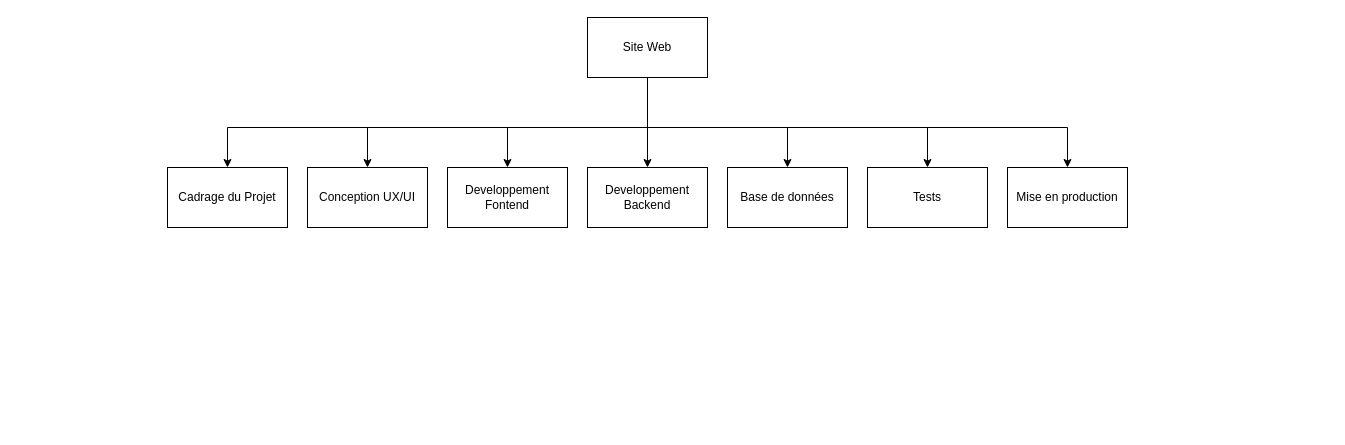
This is Diagramme sans nom.drawio from CodeNelFey/sonometre, a draw.io file, before an edit. Source tidied: cells renumbered, new cells numbered last; positions are measured from the earlier drawing's top-left corner, leaving out a move shared by most shapes. Both pictures are drawn from the tidied source at 100%, with x=0, y=0 at pixel (167, 17).
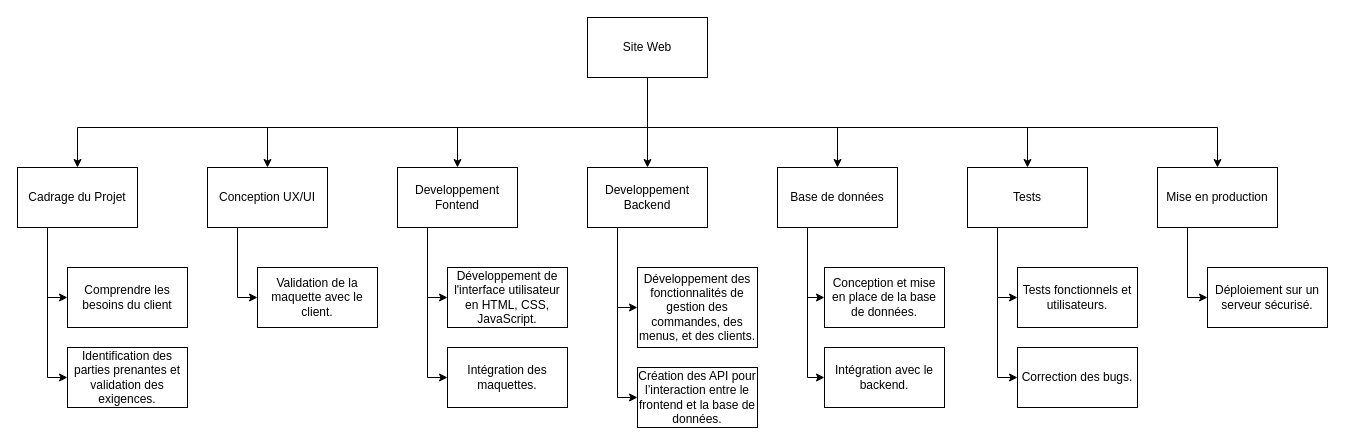
After the change.

Commit message (it also covers changes not shown here):
Mettre à jour Diagramme sans nom.drawio

The change refers to these unchanged cells:
```xml
<mxCell id="9" value="Site Web" style="rounded=0;whiteSpace=wrap;html=1;" parent="1" vertex="1">
  <mxGeometry x="420" width="120" height="60" as="geometry" />
</mxCell>
<mxCell id="13" value="Developpement Backend" style="rounded=0;whiteSpace=wrap;html=1;" parent="1" vertex="1">
  <mxGeometry x="420" y="150" width="120" height="60" as="geometry" />
</mxCell>
```

Diff of the diagram source:
```diff
@@
     <mxCell id="2" style="edgeStyle=orthogonalEdgeStyle;rounded=0;jettySize=auto;html=1;entryX=0.5;entryY=0;entryDx=0;entryDy=0;" parent="1" edge="1" source="9" target="10">
       <mxGeometry relative="1" as="geometry">
         <Array as="points">
           <mxPoint x="480" y="110" />
-          <mxPoint x="60" y="110" />
+          <mxPoint x="-90" y="110" />
         </Array>
       </mxGeometry>
     </mxCell>
     <mxCell id="3" style="edgeStyle=orthogonalEdgeStyle;rounded=0;jettySize=auto;html=1;exitX=0.5;exitY=1;exitDx=0;exitDy=0;entryX=0.5;entryY=0;entryDx=0;entryDy=0;" parent="1" edge="1" source="9" target="11">
       <mxGeometry relative="1" as="geometry">
         <Array as="points">
           <mxPoint x="480" y="110" />
-          <mxPoint x="200" y="110" />
+          <mxPoint x="100" y="110" />
         </Array>
       </mxGeometry>
     </mxCell>
     <mxCell id="4" style="edgeStyle=orthogonalEdgeStyle;rounded=0;jettySize=auto;html=1;exitX=0.5;exitY=1;exitDx=0;exitDy=0;entryX=0.5;entryY=0;entryDx=0;entryDy=0;" parent="1" edge="1" source="9" target="12">
       <mxGeometry relative="1" as="geometry">
         <Array as="points">
           <mxPoint x="480" y="110" />
-          <mxPoint x="340" y="110" />
+          <mxPoint x="290" y="110" />
         </Array>
       </mxGeometry>
     </mxCell>
@@
     <mxCell id="6" style="edgeStyle=orthogonalEdgeStyle;rounded=0;jettySize=auto;html=1;exitX=0.5;exitY=1;exitDx=0;exitDy=0;entryX=0.5;entryY=0;entryDx=0;entryDy=0;" parent="1" edge="1" source="9" target="14">
       <mxGeometry relative="1" as="geometry">
         <Array as="points">
           <mxPoint x="480" y="110" />
-          <mxPoint x="620" y="110" />
+          <mxPoint x="670" y="110" />
         </Array>
       </mxGeometry>
     </mxCell>
     <mxCell id="7" style="edgeStyle=orthogonalEdgeStyle;rounded=0;jettySize=auto;html=1;exitX=0.5;exitY=1;exitDx=0;exitDy=0;entryX=0.5;entryY=0;entryDx=0;entryDy=0;" parent="1" edge="1" source="9" target="15">
       <mxGeometry relative="1" as="geometry">
         <Array as="points">
           <mxPoint x="480" y="110" />
-          <mxPoint x="760" y="110" />
+          <mxPoint x="860" y="110" />
         </Array>
       </mxGeometry>
     </mxCell>
     <mxCell id="8" style="edgeStyle=orthogonalEdgeStyle;rounded=0;jettySize=auto;html=1;exitX=0.5;exitY=1;exitDx=0;exitDy=0;entryX=0.5;entryY=0;entryDx=0;entryDy=0;" parent="1" edge="1" source="9" target="16">
       <mxGeometry relative="1" as="geometry">
         <Array as="points">
           <mxPoint x="480" y="110" />
-          <mxPoint x="900" y="110" />
+          <mxPoint x="1050" y="110" />
         </Array>
       </mxGeometry>
     </mxCell>
@@
+    <mxCell id="17" style="edgeStyle=orthogonalEdgeStyle;rounded=0;jettySize=auto;html=1;exitX=0.25;exitY=1;exitDx=0;exitDy=0;entryX=0;entryY=0.5;entryDx=0;entryDy=0;" parent="1" edge="1" source="10" target="29">
+      <mxGeometry relative="1" as="geometry" />
+    </mxCell>
+    <mxCell id="18" style="edgeStyle=orthogonalEdgeStyle;rounded=0;jettySize=auto;html=1;exitX=0.25;exitY=1;exitDx=0;exitDy=0;entryX=0;entryY=0.5;entryDx=0;entryDy=0;" parent="1" edge="1" source="10" target="30">
+      <mxGeometry relative="1" as="geometry" />
+    </mxCell>
     <mxCell id="10" value="Cadrage du Projet" style="rounded=0;whiteSpace=wrap;html=1;" parent="1" vertex="1">
-      <mxGeometry y="150" width="120" height="60" as="geometry" />
+      <mxGeometry x="-150" y="150" width="120" height="60" as="geometry" />
     </mxCell>
+    <mxCell id="19" style="edgeStyle=orthogonalEdgeStyle;rounded=0;jettySize=auto;html=1;exitX=0.25;exitY=1;exitDx=0;exitDy=0;entryX=0;entryY=0.5;entryDx=0;entryDy=0;" parent="1" edge="1" source="11" target="31">
+      <mxGeometry relative="1" as="geometry" />
+    </mxCell>
     <mxCell id="11" value="Conception UX/UI" style="rounded=0;whiteSpace=wrap;html=1;" parent="1" vertex="1">
-      <mxGeometry x="140" y="150" width="120" height="60" as="geometry" />
+      <mxGeometry x="40" y="150" width="120" height="60" as="geometry" />
     </mxCell>
+    <mxCell id="20" style="edgeStyle=orthogonalEdgeStyle;rounded=0;jettySize=auto;html=1;exitX=0.25;exitY=1;exitDx=0;exitDy=0;entryX=0;entryY=0.5;entryDx=0;entryDy=0;" parent="1" edge="1" source="12" target="32">
+      <mxGeometry relative="1" as="geometry" />
+    </mxCell>
+    <mxCell id="21" style="edgeStyle=orthogonalEdgeStyle;rounded=0;jettySize=auto;html=1;exitX=0.25;exitY=1;exitDx=0;exitDy=0;entryX=0;entryY=0.5;entryDx=0;entryDy=0;" parent="1" edge="1" source="12" target="33">
+      <mxGeometry relative="1" as="geometry" />
+    </mxCell>
     <mxCell id="12" value="Developpement Fontend" style="rounded=0;whiteSpace=wrap;html=1;" parent="1" vertex="1">
-      <mxGeometry x="280" y="150" width="120" height="60" as="geometry" />
+      <mxGeometry x="230" y="150" width="120" height="60" as="geometry" />
     </mxCell>
+    <mxCell id="22" style="edgeStyle=orthogonalEdgeStyle;rounded=0;jettySize=auto;html=1;exitX=0.25;exitY=1;exitDx=0;exitDy=0;entryX=0;entryY=0.5;entryDx=0;entryDy=0;" parent="1" edge="1" source="13" target="34">
+      <mxGeometry relative="1" as="geometry" />
+    </mxCell>
+    <mxCell id="23" style="edgeStyle=orthogonalEdgeStyle;rounded=0;jettySize=auto;html=1;exitX=0.25;exitY=1;exitDx=0;exitDy=0;entryX=0;entryY=0.5;entryDx=0;entryDy=0;" parent="1" edge="1" source="13" target="35">
+      <mxGeometry relative="1" as="geometry" />
+    </mxCell>
@@
+    <mxCell id="24" style="edgeStyle=orthogonalEdgeStyle;rounded=0;jettySize=auto;html=1;exitX=0.25;exitY=1;exitDx=0;exitDy=0;entryX=0;entryY=0.5;entryDx=0;entryDy=0;" parent="1" edge="1" source="14" target="36">
+      <mxGeometry relative="1" as="geometry">
+        <Array as="points">
+          <mxPoint x="640" y="280" />
+        </Array>
+      </mxGeometry>
+    </mxCell>
+    <mxCell id="25" style="edgeStyle=orthogonalEdgeStyle;rounded=0;jettySize=auto;html=1;exitX=0.25;exitY=1;exitDx=0;exitDy=0;entryX=0;entryY=0.5;entryDx=0;entryDy=0;" parent="1" edge="1" source="14" target="37">
+      <mxGeometry relative="1" as="geometry">
+        <Array as="points">
+          <mxPoint x="640" y="360" />
+        </Array>
+      </mxGeometry>
+    </mxCell>
     <mxCell id="14" value="Base de données" style="rounded=0;whiteSpace=wrap;html=1;" parent="1" vertex="1">
-      <mxGeometry x="560" y="150" width="120" height="60" as="geometry" />
+      <mxGeometry x="610" y="150" width="120" height="60" as="geometry" />
     </mxCell>
+    <mxCell id="26" style="edgeStyle=orthogonalEdgeStyle;rounded=0;jettySize=auto;html=1;exitX=0.25;exitY=1;exitDx=0;exitDy=0;entryX=0;entryY=0.5;entryDx=0;entryDy=0;" parent="1" edge="1" source="15" target="38">
+      <mxGeometry relative="1" as="geometry">
+        <Array as="points">
+          <mxPoint x="830" y="280" />
+        </Array>
+      </mxGeometry>
+    </mxCell>
+    <mxCell id="27" style="edgeStyle=orthogonalEdgeStyle;rounded=0;jettySize=auto;html=1;exitX=0.25;exitY=1;exitDx=0;exitDy=0;entryX=0;entryY=0.5;entryDx=0;entryDy=0;" parent="1" edge="1" source="15" target="39">
+      <mxGeometry relative="1" as="geometry" />
+    </mxCell>
-    <mxCell id="15" value="Tests" style="rounded=0;whiteSpace=wrap;html=1;" parent="1" vertex="1">
-      <mxGeometry x="700" y="150" width="120" height="60" as="geometry" />
+    <mxCell id="15" value="&lt;div&gt;Tests&lt;/div&gt;" style="rounded=0;whiteSpace=wrap;html=1;" parent="1" vertex="1">
+      <mxGeometry x="800" y="150" width="120" height="60" as="geometry" />
     </mxCell>
+    <mxCell id="28" style="edgeStyle=orthogonalEdgeStyle;rounded=0;jettySize=auto;html=1;exitX=0.25;exitY=1;exitDx=0;exitDy=0;entryX=0;entryY=0.5;entryDx=0;entryDy=0;" parent="1" edge="1" source="16" target="40">
+      <mxGeometry relative="1" as="geometry" />
+    </mxCell>
     <mxCell id="16" value="Mise en production" style="rounded=0;whiteSpace=wrap;html=1;" parent="1" vertex="1">
-      <mxGeometry x="840" y="150" width="120" height="60" as="geometry" />
+      <mxGeometry x="990" y="150" width="120" height="60" as="geometry" />
     </mxCell>
+    <mxCell id="29" value="Comprendre les besoins du client" style="rounded=0;whiteSpace=wrap;html=1;" parent="1" vertex="1">
+      <mxGeometry x="-100" y="250" width="120" height="60" as="geometry" />
+    </mxCell>
+    <mxCell id="30" value="Identification des parties prenantes et validation des exigences." style="rounded=0;whiteSpace=wrap;html=1;" parent="1" vertex="1">
+      <mxGeometry x="-100" y="330" width="120" height="60" as="geometry" />
+    </mxCell>
+    <mxCell id="31" value="Validation de la maquette avec le client." style="rounded=0;whiteSpace=wrap;html=1;" parent="1" vertex="1">
+      <mxGeometry x="90" y="250" width="120" height="60" as="geometry" />
+    </mxCell>
+    <mxCell id="32" value="Développement de l'interface utilisateur en HTML, CSS, JavaScript." style="rounded=0;whiteSpace=wrap;html=1;" parent="1" vertex="1">
+      <mxGeometry x="280" y="250" width="120" height="60" as="geometry" />
+    </mxCell>
+    <mxCell id="33" value="Intégration des maquettes." style="rounded=0;whiteSpace=wrap;html=1;" parent="1" vertex="1">
+      <mxGeometry x="280" y="330" width="120" height="60" as="geometry" />
+    </mxCell>
+    <mxCell id="34" value="Développement des fonctionnalités de gestion des commandes, des menus, et des clients." style="rounded=0;whiteSpace=wrap;html=1;" parent="1" vertex="1">
+      <mxGeometry x="470" y="250" width="120" height="80" as="geometry" />
+    </mxCell>
+    <mxCell id="35" value="Création des API pour l’interaction entre le frontend et la base de données." style="rounded=0;whiteSpace=wrap;html=1;" parent="1" vertex="1">
+      <mxGeometry x="470" y="350" width="120" height="60" as="geometry" />
+    </mxCell>
+    <mxCell id="36" value="Conception et mise en place de la base de données." style="rounded=0;whiteSpace=wrap;html=1;" parent="1" vertex="1">
+      <mxGeometry x="657" y="250" width="120" height="60" as="geometry" />
+    </mxCell>
+    <mxCell id="37" value="Intégration avec le backend." style="rounded=0;whiteSpace=wrap;html=1;" parent="1" vertex="1">
+      <mxGeometry x="657" y="330" width="120" height="60" as="geometry" />
+    </mxCell>
+    <mxCell id="38" value="Tests fonctionnels et utilisateurs." style="rounded=0;whiteSpace=wrap;html=1;" parent="1" vertex="1">
+      <mxGeometry x="850" y="250" width="120" height="60" as="geometry" />
+    </mxCell>
+    <mxCell id="39" value="Correction des bugs." style="rounded=0;whiteSpace=wrap;html=1;" parent="1" vertex="1">
+      <mxGeometry x="850" y="330" width="120" height="60" as="geometry" />
+    </mxCell>
+    <mxCell id="40" value="Déploiement sur un serveur sécurisé." style="rounded=0;whiteSpace=wrap;html=1;" parent="1" vertex="1">
+      <mxGeometry x="1040" y="250" width="120" height="60" as="geometry" />
+    </mxCell>
```
